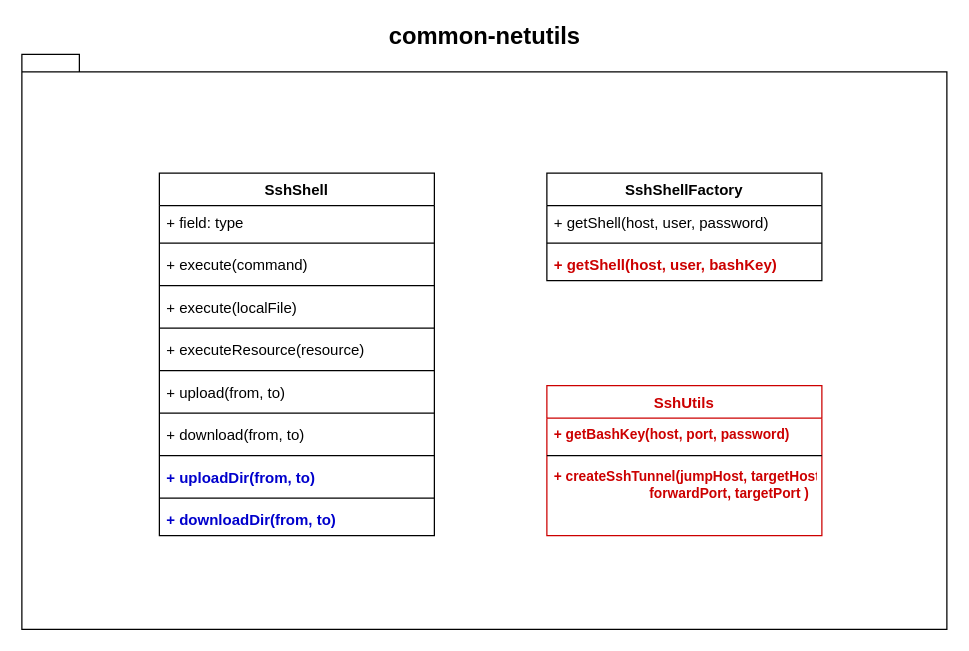
Earlier version of the draw.io diagram page "第 5 页" (5 of 6) of st/ssh_tunnel.drawio (gaivin/drawio). Source tidied: cells renumbered, new cells numbered last; positions are measured from the earlier drawing's top-left corner, leaving out a move shared by most shapes. Both pictures are drawn from the tidied source at 125%, with x=0, y=0 at pixel (21, 54).
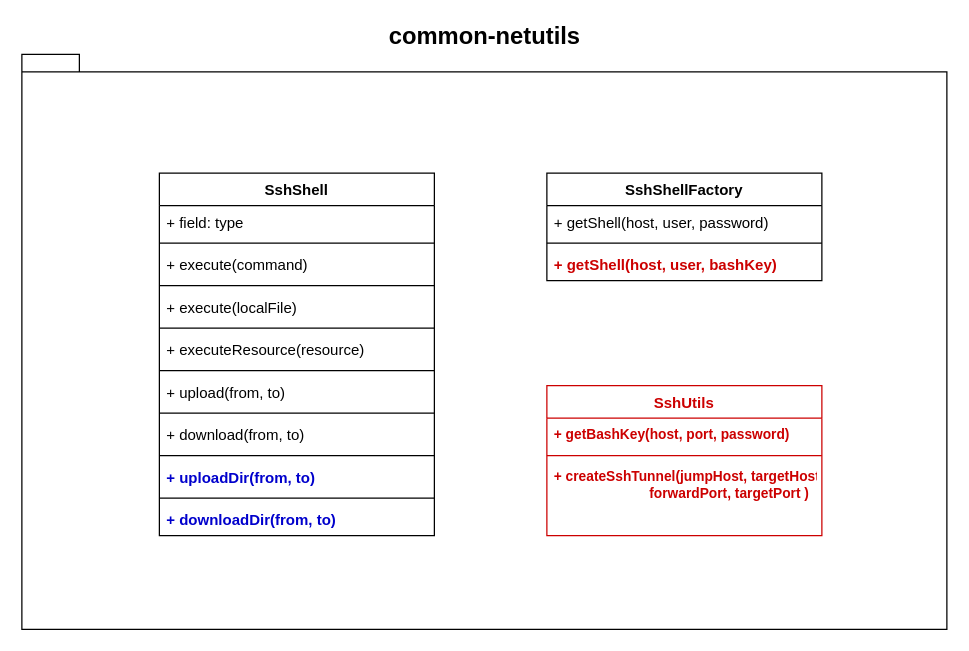
After the change.

The change refers to these unchanged cells:
```xml
<mxCell id="23" value="SshUtils" style="swimlane;fontStyle=1;align=center;verticalAlign=top;horizontal=1;startSize=26;fontColor=#CC0000;strokeColor=#CC0000;" parent="1" vertex="1">
  <mxGeometry x="420" y="265" width="220" height="120" as="geometry" />
</mxCell>
```

Change to the diagram source:
```diff
@@
-    <mxCell id="25" style="line;strokeWidth=1;fillColor=none;align=left;verticalAlign=middle;spacingTop=-1;spacingLeft=3;spacingRight=3;labelPosition=right;" parent="23" vertex="1">
+    <mxCell id="25" style="line;strokeWidth=1;fillColor=none;align=left;verticalAlign=middle;spacingTop=-1;spacingLeft=3;spacingRight=3;labelPosition=right;strokeColor=#CC0000;" parent="23" vertex="1">
       <mxGeometry y="52" width="220" height="8" as="geometry" />
     </mxCell>
```
